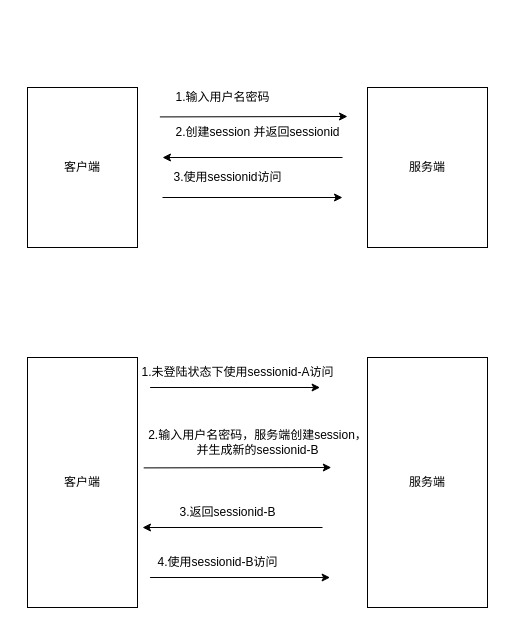
Earlier version of the draw.io diagram session_sessionid.drawio (grayes/draw.io). Source tidied: cells renumbered, new cells numbered last; positions are measured from the earlier drawing's top-left corner, leaving out a move shared by most shapes. Both pictures are drawn from the tidied source at 100%, with x=0, y=0 at pixel (27, 82).
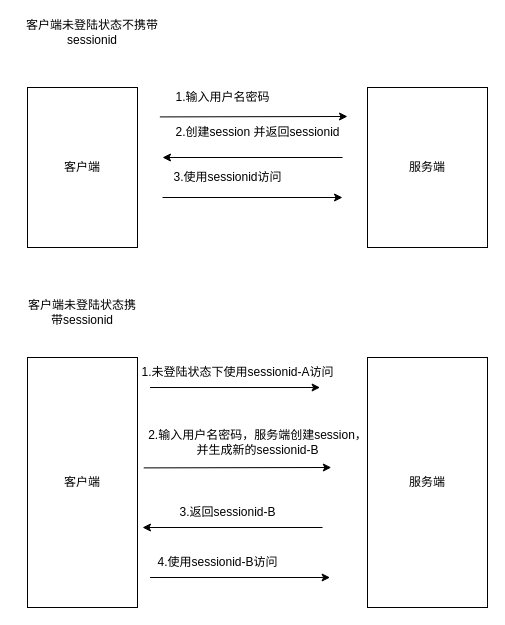
After the change.

Change to the diagram source:
```diff
@@
+    <mxCell id="20" value="客户端未登陆状态不携带sessionid" style="text;html=1;strokeColor=none;fillColor=none;align=center;verticalAlign=middle;whiteSpace=wrap;rounded=0;" parent="1" vertex="1">
+      <mxGeometry x="-10" y="-65" width="150" height="30" as="geometry" />
+    </mxCell>
+    <mxCell id="21" value="客户端未登陆状态携带sessionid" style="text;html=1;strokeColor=none;fillColor=none;align=center;verticalAlign=middle;whiteSpace=wrap;rounded=0;" parent="1" vertex="1">
+      <mxGeometry x="-5" y="215" width="120" height="30" as="geometry" />
+    </mxCell>
```
